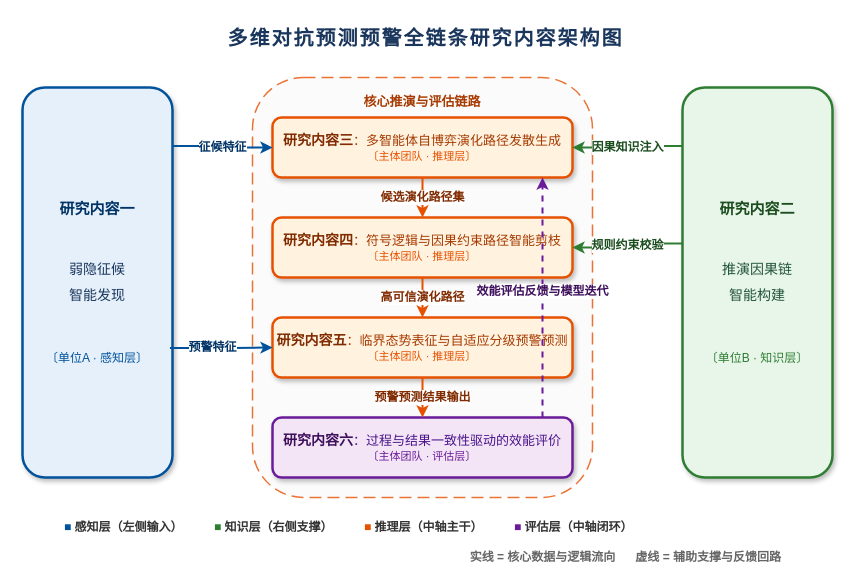
wangyanna1991/drawio keeps this draw.io diagram as L4/qiyuan.drawio. Above is the earlier version. Source tidied: cells renumbered, new cells numbered last; positions are measured from the earlier drawing's top-left corner, leaving out a move shared by most shapes. Both pictures are drawn from the tidied source at 100%, with x=0, y=0 at pixel (22, 17).
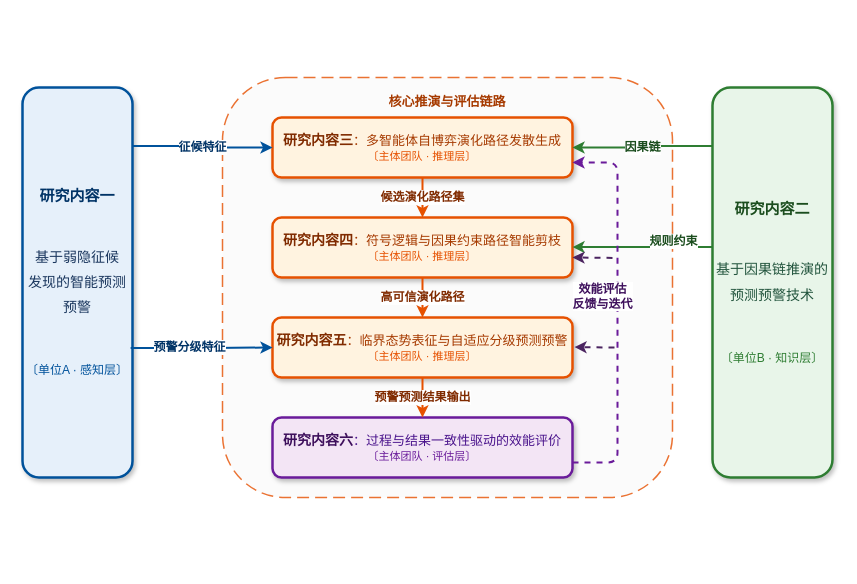
The same diagram, later.

The change refers to these unchanged cells:
```xml
<mxCell id="6" value="&lt;b style=&quot;font-size:14px; color:#802B00;&quot;&gt;研究内容三&lt;/b&gt;&lt;span style=&quot;font-size:13px; color:#A63A00;&quot;&gt;：多智能体自博弈演化路径发散生成&lt;/span&gt;&lt;br&gt;&lt;font color=&quot;#E65100&quot; style=&quot;font-size:11px;&quot;&gt;〔主体团队 · 推理层〕&lt;/font&gt;" style="rounded=1;whiteSpace=wrap;html=1;fillColor=#FFF3E0;strokeColor=#E65100;verticalAlign=middle;strokeWidth=2.5;shadow=1;fontFamily=Microsoft YaHei;" parent="1" vertex="1">
  <mxGeometry x="250" y="100" width="300" height="60" as="geometry" />
</mxCell>
<mxCell id="7" value="&lt;b style=&quot;font-size:14px; color:#802B00;&quot;&gt;研究内容四&lt;/b&gt;&lt;span style=&quot;font-size:13px; color:#A63A00;&quot;&gt;：符号逻辑与因果约束路径智能剪枝&lt;/span&gt;&lt;br&gt;&lt;font color=&quot;#E65100&quot; style=&quot;font-size:11px;&quot;&gt;〔主体团队 · 推理层〕&lt;/font&gt;" style="rounded=1;whiteSpace=wrap;html=1;fillColor=#FFF3E0;strokeColor=#E65100;verticalAlign=middle;strokeWidth=2.5;shadow=1;fontFamily=Microsoft YaHei;" parent="1" vertex="1">
  <mxGeometry x="250" y="200" width="300" height="60" as="geometry" />
</mxCell>
<mxCell id="9" value="&lt;b style=&quot;font-size:14px; color:#3E105C;&quot;&gt;研究内容六&lt;/b&gt;&lt;span style=&quot;font-size:13px; color:#4A148C;&quot;&gt;：过程与结果一致性驱动的效能评价&lt;/span&gt;&lt;br&gt;&lt;font color=&quot;#6A1B9A&quot; style=&quot;font-size:11px;&quot;&gt;〔主体团队 · 评估层〕&lt;/font&gt;" style="rounded=1;whiteSpace=wrap;html=1;fillColor=#F3E5F5;strokeColor=#6A1B9A;verticalAlign=middle;strokeWidth=2.5;shadow=1;fontFamily=Microsoft YaHei;" parent="1" vertex="1">
  <mxGeometry x="250" y="400" width="300" height="60" as="geometry" />
</mxCell>
```

Diff of the diagram source:
```diff
@@
-    <mxCell id="2" value="&lt;b style=&quot;font-size: 20px; font-family: &amp;quot;Microsoft YaHei&amp;quot;, sans-serif; color: rgb(26, 54, 93); letter-spacing: 2px;&quot;&gt;多维对抗预测&lt;b style=&quot;color: rgb(26, 54, 93);&quot;&gt;预警&lt;/b&gt;全链条研究内容架构图&lt;/b&gt;" style="text;html=1;align=center;verticalAlign=middle;" parent="1" vertex="1">
-      <mxGeometry x="103" width="600" height="40" as="geometry" />
-    </mxCell>
     <mxCell id="3" value="&lt;b style=&quot;font-size:13px; color:#A63A00;&quot;&gt;核心推演与评估链路&lt;/b&gt;" style="rounded=1;whiteSpace=wrap;html=1;fillColor=#FAFAFA;strokeColor=#E65100;strokeWidth=1.5;dashed=1;dashPattern=8 4;verticalAlign=top;align=center;spacingTop=10;fontFamily=Microsoft YaHei;opacity=80;" parent="1" vertex="1">
-      <mxGeometry x="230" y="60" width="340" height="420" as="geometry" />
+      <mxGeometry x="200" y="60" width="450" height="420" as="geometry" />
     </mxCell>
-    <mxCell id="4" value="&lt;b style=&quot;font-size: 15px; color: rgb(0, 51, 102);&quot;&gt;研究内容一&lt;/b&gt;&lt;br&gt;&lt;br&gt;&lt;span style=&quot;font-size: 14px; color: rgb(26, 54, 93); line-height: 1.8;&quot;&gt;&lt;br&gt;弱隐征候&lt;br&gt;智能发现&lt;/span&gt;&lt;br&gt;&lt;br&gt;&lt;br&gt;&lt;br&gt;&lt;font color=&quot;#00529B&quot; style=&quot;font-size: 12px;&quot;&gt;〔单位A · 感知层〕&lt;/font&gt;" style="rounded=1;whiteSpace=wrap;html=1;fillColor=#E6F0FA;strokeColor=#00529B;verticalAlign=middle;strokeWidth=2.5;shadow=1;fontFamily=Microsoft YaHei;" parent="1" vertex="1">
-      <mxGeometry y="70" width="150" height="390" as="geometry" />
+    <mxCell id="4" value="&lt;b style=&quot;font-size: 15px; color: rgb(0, 51, 102);&quot;&gt;研究内容一&lt;/b&gt;&lt;br&gt;&lt;br&gt;&lt;span style=&quot;font-size: 14px; color: rgb(26, 54, 93); line-height: 1.8;&quot;&gt;&lt;br&gt;基于弱隐征候&lt;br&gt;发现的智能预测预警&lt;/span&gt;&lt;br&gt;&lt;br&gt;&lt;br&gt;&lt;br&gt;&lt;font color=&quot;#00529B&quot; style=&quot;font-size: 12px;&quot;&gt;〔单位A · 感知层〕&lt;/font&gt;" style="rounded=1;whiteSpace=wrap;html=1;fillColor=#E6F0FA;strokeColor=#00529B;verticalAlign=middle;strokeWidth=2.5;shadow=1;fontFamily=Microsoft YaHei;" parent="1" vertex="1">
+      <mxGeometry y="70" width="110" height="390" as="geometry" />
     </mxCell>
-    <mxCell id="5" value="&lt;b style=&quot;font-size: 15px; color: rgb(27, 77, 30);&quot;&gt;研究内容二&lt;/b&gt;&lt;br&gt;&lt;br&gt;&lt;span style=&quot;font-size: 14px; color: rgb(34, 84, 61); line-height: 1.8;&quot;&gt;&lt;br&gt;推演因果链&lt;/span&gt;&lt;div&gt;&lt;span style=&quot;font-size: 14px; color: rgb(34, 84, 61); line-height: 1.8;&quot;&gt;智能构建&lt;/span&gt;&lt;br&gt;&lt;br&gt;&lt;br&gt;&lt;br&gt;&lt;font color=&quot;#2E7D32&quot; style=&quot;font-size: 12px;&quot;&gt;〔单位B · 知识层〕&lt;/font&gt;&lt;/div&gt;" style="rounded=1;whiteSpace=wrap;html=1;fillColor=#E8F5E9;strokeColor=#2E7D32;verticalAlign=middle;strokeWidth=2.5;shadow=1;fontFamily=Microsoft YaHei;" parent="1" vertex="1">
-      <mxGeometry x="660" y="70" width="150" height="390" as="geometry" />
+    <mxCell id="5" value="&lt;b style=&quot;font-size: 15px; color: rgb(27, 77, 30);&quot;&gt;研究内容二&lt;/b&gt;&lt;br&gt;&lt;br&gt;&lt;span style=&quot;font-size: 14px; color: rgb(34, 84, 61); line-height: 1.8;&quot;&gt;&lt;br&gt;基于因果链推演的预测预警技术&lt;/span&gt;&lt;br&gt;&lt;br&gt;&lt;br&gt;&lt;br&gt;&lt;font color=&quot;#2E7D32&quot; style=&quot;font-size: 12px;&quot;&gt;〔单位B · 知识层〕&lt;/font&gt;" style="rounded=1;whiteSpace=wrap;html=1;fillColor=#E8F5E9;strokeColor=#2E7D32;verticalAlign=middle;strokeWidth=2.5;shadow=1;fontFamily=Microsoft YaHei;" parent="1" vertex="1">
+      <mxGeometry x="690" y="70" width="120" height="390" as="geometry" />
     </mxCell>
@@
-    <mxCell id="8" value="&lt;b style=&quot;font-size:14px; color:#802B00;&quot;&gt;研究内容五&lt;/b&gt;&lt;span style=&quot;font-size:13px; color:#A63A00;&quot;&gt;：临界态势表征与自适应分级预警预测&lt;/span&gt;&lt;br&gt;&lt;font color=&quot;#E65100&quot; style=&quot;font-size:11px;&quot;&gt;〔主体团队 · 推理层〕&lt;/font&gt;" style="rounded=1;whiteSpace=wrap;html=1;fillColor=#FFF3E0;strokeColor=#E65100;verticalAlign=middle;strokeWidth=2.5;shadow=1;fontFamily=Microsoft YaHei;" parent="1" vertex="1">
+    <mxCell id="8" value="&lt;b style=&quot;font-size: 14px; color: rgb(128, 43, 0);&quot;&gt;研究内容五&lt;/b&gt;&lt;span style=&quot;font-size: 13px; color: rgb(166, 58, 0);&quot;&gt;：临界态势表征与自适应分级预测&lt;/span&gt;&lt;span style=&quot;color: rgb(166, 58, 0); font-size: 13px;&quot;&gt;预警&lt;/span&gt;&lt;br&gt;&lt;font color=&quot;#E65100&quot; style=&quot;font-size: 11px;&quot;&gt;〔主体团队 · 推理层〕&lt;/font&gt;" style="rounded=1;whiteSpace=wrap;html=1;fillColor=#FFF3E0;strokeColor=#E65100;verticalAlign=middle;strokeWidth=2.5;shadow=1;fontFamily=Microsoft YaHei;" parent="1" vertex="1">
       <mxGeometry x="250" y="300" width="300" height="60" as="geometry" />
     </mxCell>
@@
-    <mxCell id="11" value="&lt;b style=&quot;font-size:12px&quot;&gt;预警特征&lt;/b&gt;" style="edgeStyle=orthogonalEdgeStyle;rounded=1;jettySize=auto;html=1;strokeColor=#00529B;strokeWidth=2;exitX=0.983;exitY=0.668;exitDx=0;exitDy=0;entryX=0;entryY=0.5;entryDx=0;entryDy=0;labelBackgroundColor=#ffffff;fontColor=#003366;fontFamily=Microsoft YaHei;exitPerimeter=0;" parent="1" edge="1" source="4" target="8">
+    <mxCell id="11" value="&lt;b style=&quot;font-size:12px&quot;&gt;预警分级特征&lt;/b&gt;" style="edgeStyle=orthogonalEdgeStyle;rounded=1;jettySize=auto;html=1;strokeColor=#00529B;strokeWidth=2;exitX=0.983;exitY=0.668;exitDx=0;exitDy=0;entryX=0;entryY=0.5;entryDx=0;entryDy=0;labelBackgroundColor=#ffffff;fontColor=#003366;fontFamily=Microsoft YaHei;exitPerimeter=0;" parent="1" edge="1" source="4" target="8">
       <mxGeometry x="-0.17" y="1" relative="1" as="geometry" />
     </mxCell>
-    <mxCell id="12" value="&lt;b style=&quot;font-size:12px&quot;&gt;因果知识注入&lt;/b&gt;" style="edgeStyle=orthogonalEdgeStyle;rounded=1;jettySize=auto;html=1;strokeColor=#2E7D32;strokeWidth=2;exitX=0;exitY=0.15;exitDx=0;exitDy=0;entryX=1;entryY=0.5;entryDx=0;entryDy=0;labelBackgroundColor=#ffffff;fontColor=#1B4D1E;fontFamily=Microsoft YaHei;" parent="1" edge="1" source="5" target="6">
+    <mxCell id="12" value="&lt;b style=&quot;font-size:12px&quot;&gt;因果链&lt;/b&gt;" style="edgeStyle=orthogonalEdgeStyle;rounded=1;jettySize=auto;html=1;strokeColor=#2E7D32;strokeWidth=2;exitX=0;exitY=0.15;exitDx=0;exitDy=0;entryX=1;entryY=0.5;entryDx=0;entryDy=0;labelBackgroundColor=#ffffff;fontColor=#1B4D1E;fontFamily=Microsoft YaHei;" parent="1" edge="1" source="5" target="6">
       <mxGeometry relative="1" as="geometry" />
     </mxCell>
-    <mxCell id="13" value="&lt;b style=&quot;font-size:12px&quot;&gt;规则约束校验&lt;/b&gt;" style="edgeStyle=orthogonalEdgeStyle;rounded=1;jettySize=auto;html=1;strokeColor=#2E7D32;strokeWidth=2;exitX=0;exitY=0.4;exitDx=0;exitDy=0;entryX=1;entryY=0.5;entryDx=0;entryDy=0;labelBackgroundColor=#ffffff;fontColor=#1B4D1E;fontFamily=Microsoft YaHei;" parent="1" edge="1" source="5" target="7">
-      <mxGeometry relative="1" as="geometry" />
+    <mxCell id="13" value="&lt;b style=&quot;font-size:12px&quot;&gt;规则约束&lt;/b&gt;" style="edgeStyle=orthogonalEdgeStyle;rounded=1;orthogonalLoop=1;jettySize=auto;html=1;strokeColor=#2E7D32;strokeWidth=2;entryX=1;entryY=0.5;entryDx=0;entryDy=0;labelBackgroundColor=#ffffff;fontColor=#1B4D1E;fontFamily=Microsoft YaHei;" parent="1" edge="1">
+      <mxGeometry x="-0.45" y="-6" relative="1" as="geometry">
+        <mxPoint x="690" y="229.6" as="sourcePoint" />
+        <mxPoint x="550" y="229.6" as="targetPoint" />
+        <Array as="points">
+          <mxPoint x="690" y="229.6" />
+        </Array>
+      </mxGeometry>
     </mxCell>
@@
-    <mxCell id="17" value="&lt;b style=&quot;font-size:12px&quot;&gt;效能评估反馈与模型迭代&lt;/b&gt;" style="edgeStyle=orthogonalEdgeStyle;rounded=1;jettySize=auto;html=1;strokeColor=#6A1B9A;strokeWidth=2;dashed=1;dashPattern=3 3;exitX=0.9;exitY=0;exitDx=0;exitDy=0;entryX=0.9;entryY=1;entryDx=0;entryDy=0;labelBackgroundColor=#ffffff;fontColor=#3E105C;fontFamily=Microsoft YaHei;" parent="1" edge="1" source="9" target="6">
-      <mxGeometry x="0.05" relative="1" as="geometry">
+    <mxCell id="17" value="&lt;b style=&quot;font-size:12px&quot;&gt;效能评估&lt;/b&gt;&lt;div&gt;&lt;b style=&quot;font-size:12px&quot;&gt;反馈与迭代&lt;/b&gt;&lt;/div&gt;" style="edgeStyle=orthogonalEdgeStyle;rounded=1;jettySize=auto;html=1;strokeColor=#6A1B9A;strokeWidth=2;dashed=1;dashPattern=3 3;exitX=1;exitY=0.75;exitDx=0;exitDy=0;entryX=1;entryY=0.75;entryDx=0;entryDy=0;labelBackgroundColor=#ffffff;fontColor=#3E105C;fontFamily=Microsoft YaHei;" parent="1" edge="1" source="9" target="6">
+      <mxGeometry x="0.08" y="15" relative="1" as="geometry">
         <Array as="points">
-          <mxPoint x="520" y="380" />
-          <mxPoint x="520" y="180" />
+          <mxPoint x="595" y="445" />
+          <mxPoint x="595" y="145" />
         </Array>
       </mxGeometry>
     </mxCell>
-    <mxCell id="18" value="&lt;font style=&quot;font-size:12px;color:#00529B&quot;&gt;■&lt;/font&gt;&lt;b style=&quot;font-size:12px; color:#333333;&quot;&gt; 感知层（左侧输入）&lt;/b&gt;" style="text;html=1;align=left;verticalAlign=middle;fillColor=none;strokeColor=none;fontFamily=Microsoft YaHei;" parent="1" vertex="1">
-      <mxGeometry x="40" y="500" width="140" height="20" as="geometry" />
-    </mxCell>
-    <mxCell id="19" value="&lt;font style=&quot;font-size:12px;color:#2E7D32&quot;&gt;■&lt;/font&gt;&lt;b style=&quot;font-size:12px; color:#333333;&quot;&gt; 知识层（右侧支撑）&lt;/b&gt;" style="text;html=1;align=left;verticalAlign=middle;fillColor=none;strokeColor=none;fontFamily=Microsoft YaHei;" parent="1" vertex="1">
-      <mxGeometry x="190" y="500" width="140" height="20" as="geometry" />
-    </mxCell>
-    <mxCell id="20" value="&lt;font style=&quot;font-size:12px;color:#E65100&quot;&gt;■&lt;/font&gt;&lt;b style=&quot;font-size:12px; color:#333333;&quot;&gt; 推理层（中轴主干）&lt;/b&gt;" style="text;html=1;align=left;verticalAlign=middle;fillColor=none;strokeColor=none;fontFamily=Microsoft YaHei;" parent="1" vertex="1">
-      <mxGeometry x="340" y="500" width="140" height="20" as="geometry" />
-    </mxCell>
-    <mxCell id="21" value="&lt;font style=&quot;font-size:12px;color:#6A1B9A&quot;&gt;■&lt;/font&gt;&lt;b style=&quot;font-size:12px; color:#333333;&quot;&gt; 评估层（中轴闭环）&lt;/b&gt;" style="text;html=1;align=left;verticalAlign=middle;fillColor=none;strokeColor=none;fontFamily=Microsoft YaHei;" parent="1" vertex="1">
-      <mxGeometry x="490" y="500" width="140" height="20" as="geometry" />
-    </mxCell>
-    <mxCell id="22" value="&lt;b style=&quot;font-size:12px;color:#666666&quot;&gt;实线 = 核心数据与逻辑流向 &amp;nbsp;&amp;nbsp;&amp;nbsp;&amp;nbsp; 虚线 = 辅助支撑与反馈回路&lt;/b&gt;" style="text;html=1;align=right;verticalAlign=middle;fillColor=none;strokeColor=none;fontFamily=Microsoft YaHei;" parent="1" vertex="1">
-      <mxGeometry x="420" y="530" width="340" height="20" as="geometry" />
-    </mxCell>
+    <mxCell id="23" style="endArrow=classic;html=1;rounded=0;dashed=1;strokeWidth=2;strokeColor=light-dark(#4b2460, #ededed);" parent="1" edge="1">
+      <mxGeometry relative="1" as="geometry">
+        <mxPoint x="592" y="330" as="sourcePoint" />
+        <mxPoint x="552" y="329.6" as="targetPoint" />
+      </mxGeometry>
+    </mxCell>
+    <mxCell id="24" style="endArrow=classic;html=1;rounded=0;dashed=1;strokeWidth=2;strokeColor=light-dark(#4b2460, #ededed);" parent="1" edge="1">
+      <mxGeometry relative="1" as="geometry">
+        <mxPoint x="590" y="240.4" as="sourcePoint" />
+        <mxPoint x="550" y="240" as="targetPoint" />
+      </mxGeometry>
+    </mxCell>
```
